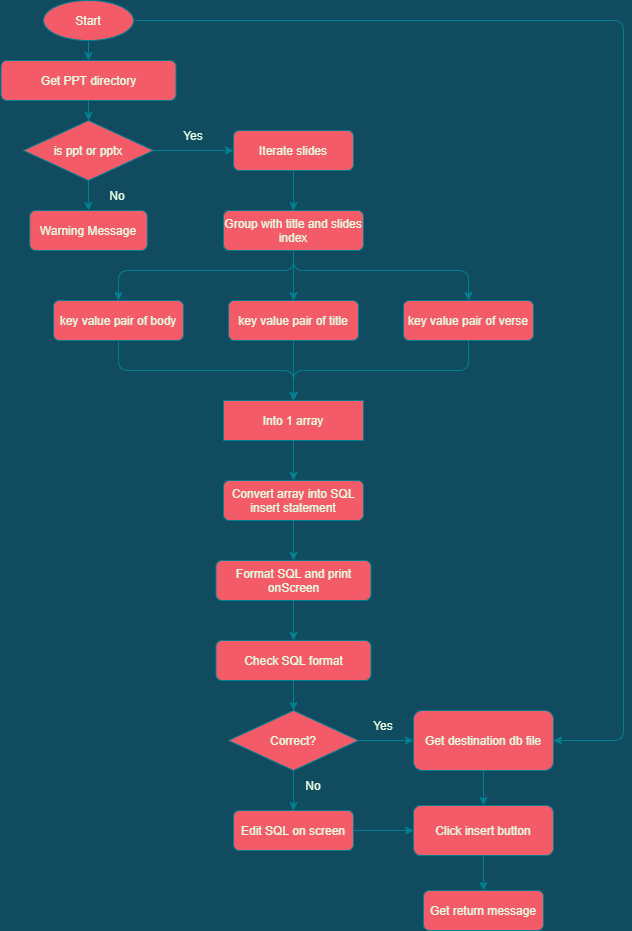
This is images/program_design.png from jeffreyli0103/PPTConverter, a draw.io export, as it was before one commit. Source tidied: cells renumbered, new cells last; positions are measured from the earlier drawing's top-left corner, leaving out a move shared by most shapes.
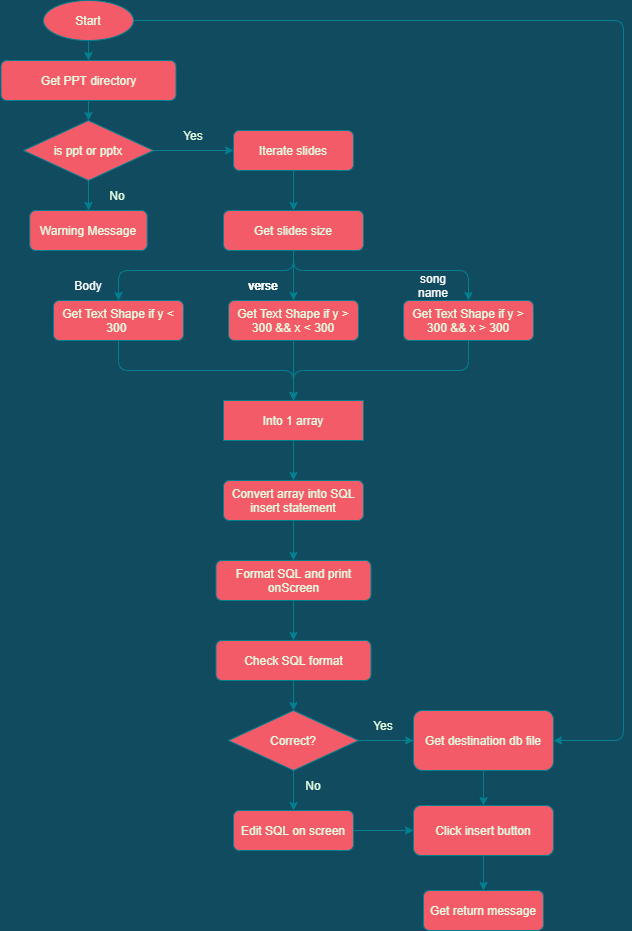
After the commit.

The edit, as a diff of the source:
```diff
@@ -62,7 +62,7 @@
         </Array>
       </mxGeometry>
     </mxCell>
-    <mxCell id="17" value="Group with title and slides index" style="rounded=1;whiteSpace=wrap;html=1;sketch=0;fontColor=#E4FDE1;strokeColor=#028090;fillColor=#F45B69;" parent="1" vertex="1">
+    <mxCell id="17" value="Get slides size" style="rounded=1;whiteSpace=wrap;html=1;sketch=0;fontColor=#E4FDE1;strokeColor=#028090;fillColor=#F45B69;" parent="1" vertex="1">
       <mxGeometry x="222" y="210" width="140" height="40" as="geometry" />
     </mxCell>
     <mxCell id="18" style="edgeStyle=orthogonalEdgeStyle;curved=0;rounded=1;sketch=0;jettySize=auto;html=1;entryX=0.5;entryY=0;entryDx=0;entryDy=0;fontColor=#E4FDE1;strokeColor=#028090;fillColor=#F45B69;" parent="1" edge="1" source="19" target="25">
@@ -73,7 +73,7 @@
         </Array>
       </mxGeometry>
     </mxCell>
-    <mxCell id="19" value="key value pair of body" style="rounded=1;whiteSpace=wrap;html=1;sketch=0;fontColor=#E4FDE1;strokeColor=#028090;fillColor=#F45B69;" parent="1" vertex="1">
+    <mxCell id="19" value="Get Text Shape if y &amp;lt; 300&amp;nbsp;" style="rounded=1;whiteSpace=wrap;html=1;sketch=0;fontColor=#E4FDE1;strokeColor=#028090;fillColor=#F45B69;" parent="1" vertex="1">
       <mxGeometry x="52" y="300" width="130" height="40" as="geometry" />
     </mxCell>
     <mxCell id="20" style="edgeStyle=orthogonalEdgeStyle;curved=0;rounded=1;sketch=0;jettySize=auto;html=1;exitX=0.5;exitY=1;exitDx=0;exitDy=0;fontColor=#E4FDE1;strokeColor=#028090;fillColor=#F45B69;" parent="1" edge="1" source="21">
@@ -81,7 +81,7 @@
         <mxPoint x="292" y="400" as="targetPoint" />
       </mxGeometry>
     </mxCell>
-    <mxCell id="21" value="key value pair of title" style="rounded=1;whiteSpace=wrap;html=1;sketch=0;fontColor=#E4FDE1;strokeColor=#028090;fillColor=#F45B69;" parent="1" vertex="1">
+    <mxCell id="21" value="Get Text Shape if y &amp;gt; 300 &amp;amp;&amp;amp; x &amp;lt; 300" style="rounded=1;whiteSpace=wrap;html=1;sketch=0;fontColor=#E4FDE1;strokeColor=#028090;fillColor=#F45B69;" parent="1" vertex="1">
       <mxGeometry x="227" y="300" width="130" height="40" as="geometry" />
     </mxCell>
     <mxCell id="22" style="edgeStyle=orthogonalEdgeStyle;curved=0;rounded=1;sketch=0;jettySize=auto;html=1;exitX=0.5;exitY=1;exitDx=0;exitDy=0;entryX=0.5;entryY=0;entryDx=0;entryDy=0;fontColor=#E4FDE1;strokeColor=#028090;fillColor=#F45B69;" parent="1" edge="1" source="23" target="25">
@@ -92,7 +92,7 @@
         </Array>
       </mxGeometry>
     </mxCell>
-    <mxCell id="23" value="key value pair of verse" style="rounded=1;whiteSpace=wrap;html=1;sketch=0;fontColor=#E4FDE1;strokeColor=#028090;fillColor=#F45B69;" parent="1" vertex="1">
+    <mxCell id="23" value="Get Text Shape if y &amp;gt; 300 &amp;amp;&amp;amp; x &amp;gt; 300" style="rounded=1;whiteSpace=wrap;html=1;sketch=0;fontColor=#E4FDE1;strokeColor=#028090;fillColor=#F45B69;" parent="1" vertex="1">
       <mxGeometry x="402" y="300" width="130" height="40" as="geometry" />
     </mxCell>
     <mxCell id="24" style="edgeStyle=orthogonalEdgeStyle;curved=0;rounded=1;sketch=0;jettySize=auto;html=1;exitX=0.5;exitY=1;exitDx=0;exitDy=0;entryX=0.5;entryY=0;entryDx=0;entryDy=0;fontColor=#E4FDE1;strokeColor=#028090;fillColor=#F45B69;" parent="1" edge="1" source="25" target="27">
@@ -158,5 +158,17 @@
     <mxCell id="44" value="No" style="text;html=1;strokeColor=none;fillColor=none;align=center;verticalAlign=middle;whiteSpace=wrap;rounded=0;sketch=0;fontColor=#E4FDE1;" parent="1" vertex="1">
       <mxGeometry x="85.8" y="180" width="60" height="30" as="geometry" />
     </mxCell>
+    <mxCell id="45" value="Body" style="text;html=1;align=center;verticalAlign=middle;whiteSpace=wrap;rounded=0;fontColor=#FFFFFF;" parent="1" vertex="1">
+      <mxGeometry x="57" y="270" width="60" height="30" as="geometry" />
+    </mxCell>
+    <mxCell id="46" value="verse" style="text;html=1;align=center;verticalAlign=middle;whiteSpace=wrap;rounded=0;fontColor=#FFFFFF;" parent="1" vertex="1">
+      <mxGeometry x="232" y="270" width="60" height="30" as="geometry" />
+    </mxCell>
+    <mxCell id="47" value="verse" style="text;html=1;align=center;verticalAlign=middle;whiteSpace=wrap;rounded=0;fontColor=#FFFFFF;" parent="1" vertex="1">
+      <mxGeometry x="232" y="270" width="60" height="30" as="geometry" />
+    </mxCell>
+    <mxCell id="48" value="song name" style="text;html=1;align=center;verticalAlign=middle;whiteSpace=wrap;rounded=0;fontColor=#FFFFFF;" parent="1" vertex="1">
+      <mxGeometry x="402" y="270" width="60" height="30" as="geometry" />
+    </mxCell>
   </root>
 </mxGraphModel>
```
